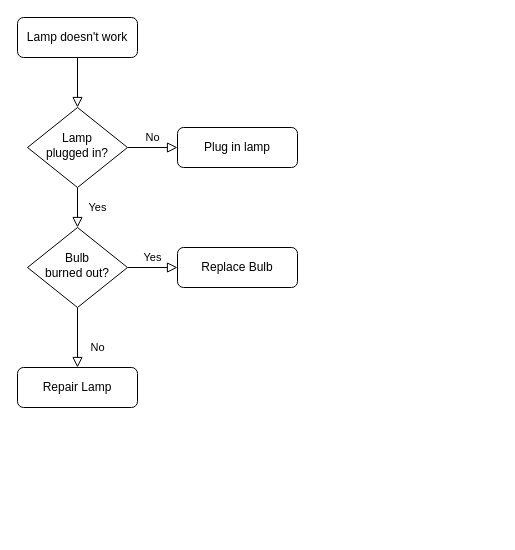
Above: Untitled Diagram.drawio in prahlad2018/theLightMealService (draw.io), before the change. Source tidied: cells renumbered, new cells numbered last; positions are measured from the earlier drawing's top-left corner, leaving out a move shared by most shapes. Both pictures are drawn from the tidied source at 100%, with x=0, y=0 at pixel (17, 17).
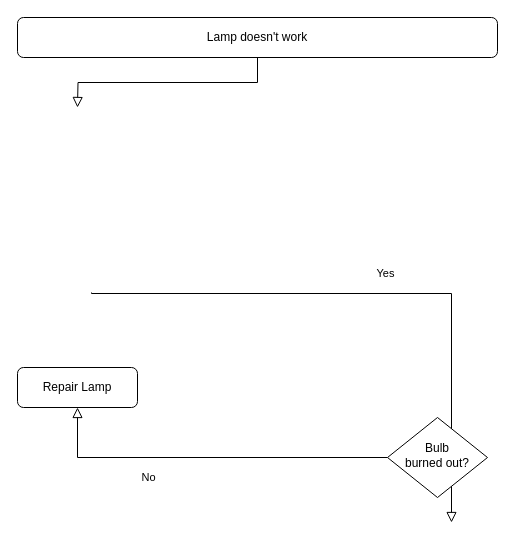
The same diagram, later.

Commit message:
monitoring post release.drawio

Diff of the diagram source:
```diff
@@
 <mxGraphModel>
   <root>
     <mxCell id="0" />
     <mxCell id="1" parent="0" />
-    <mxCell id="2" style="rounded=0;html=1;jettySize=auto;fontSize=11;endArrow=block;endFill=0;endSize=8;strokeWidth=1;shadow=0;labelBackgroundColor=none;edgeStyle=orthogonalEdgeStyle;" parent="1" edge="1" source="3" target="6">
-      <mxGeometry relative="1" as="geometry" />
+    <mxCell id="2" style="rounded=0;html=1;jettySize=auto;fontSize=11;endArrow=block;endFill=0;endSize=8;strokeWidth=1;shadow=0;labelBackgroundColor=none;edgeStyle=orthogonalEdgeStyle;" parent="1" edge="1" source="3">
+      <mxGeometry relative="1" as="geometry">
+        <mxPoint x="60" y="90" as="targetPoint" />
+      </mxGeometry>
     </mxCell>
     <mxCell id="3" value="Lamp doesn't work" style="rounded=1;whiteSpace=wrap;html=1;fontSize=12;glass=0;strokeWidth=1;shadow=0;" parent="1" vertex="1">
-      <mxGeometry width="120" height="40" as="geometry" />
+      <mxGeometry width="480" height="40" as="geometry" />
     </mxCell>
-    <mxCell id="4" value="Yes" style="rounded=0;html=1;jettySize=auto;fontSize=11;endArrow=block;endFill=0;endSize=8;strokeWidth=1;shadow=0;labelBackgroundColor=none;edgeStyle=orthogonalEdgeStyle;" parent="1" edge="1" source="6" target="10">
-      <mxGeometry y="20" relative="1" as="geometry" />
+    <mxCell id="4" value="Yes" style="rounded=0;html=1;jettySize=auto;orthogonalLoop=1;fontSize=11;endArrow=block;endFill=0;endSize=8;strokeWidth=1;shadow=0;labelBackgroundColor=none;edgeStyle=orthogonalEdgeStyle;" parent="1" edge="1">
+      <mxGeometry y="20" relative="1" as="geometry">
+        <mxPoint x="74" y="275" as="sourcePoint" />
+        <mxPoint x="434" y="505" as="targetPoint" />
+        <Array as="points">
+          <mxPoint x="74" y="276" />
+          <mxPoint x="434" y="276" />
+        </Array>
+      </mxGeometry>
     </mxCell>
-    <mxCell id="5" value="No" style="edgeStyle=orthogonalEdgeStyle;rounded=0;html=1;jettySize=auto;fontSize=11;endArrow=block;endFill=0;endSize=8;strokeWidth=1;shadow=0;labelBackgroundColor=none;" parent="1" edge="1" source="6" target="7">
-      <mxGeometry y="10" relative="1" as="geometry" />
-    </mxCell>
-    <mxCell id="6" value="Lamp&lt;br&gt;plugged in?" style="rhombus;whiteSpace=wrap;html=1;shadow=0;fontFamily=Helvetica;fontSize=12;align=center;strokeWidth=1;spacing=6;spacingTop=-4;" parent="1" vertex="1">
-      <mxGeometry x="10" y="90" width="100" height="80" as="geometry" />
-    </mxCell>
-    <mxCell id="7" value="Plug in lamp" style="rounded=1;whiteSpace=wrap;html=1;fontSize=12;glass=0;strokeWidth=1;shadow=0;" parent="1" vertex="1">
-      <mxGeometry x="160" y="110" width="120" height="40" as="geometry" />
-    </mxCell>
     <mxCell id="8" value="No" style="rounded=0;html=1;jettySize=auto;fontSize=11;endArrow=block;endFill=0;endSize=8;strokeWidth=1;shadow=0;labelBackgroundColor=none;edgeStyle=orthogonalEdgeStyle;" parent="1" edge="1" source="10" target="11">
       <mxGeometry x="0.33" y="20" relative="1" as="geometry" />
     </mxCell>
-    <mxCell id="9" value="Yes" style="edgeStyle=orthogonalEdgeStyle;rounded=0;html=1;jettySize=auto;fontSize=11;endArrow=block;endFill=0;endSize=8;strokeWidth=1;shadow=0;labelBackgroundColor=none;" parent="1" edge="1" source="10" target="12">
-      <mxGeometry y="10" relative="1" as="geometry" />
-    </mxCell>
     <mxCell id="10" value="Bulb&lt;br&gt;burned out?" style="rhombus;whiteSpace=wrap;html=1;shadow=0;fontFamily=Helvetica;fontSize=12;align=center;strokeWidth=1;spacing=6;spacingTop=-4;" parent="1" vertex="1">
-      <mxGeometry x="10" y="210" width="100" height="80" as="geometry" />
+      <mxGeometry x="370" y="400" width="100" height="80" as="geometry" />
     </mxCell>
     <mxCell id="11" value="Repair Lamp" style="rounded=1;whiteSpace=wrap;html=1;fontSize=12;glass=0;strokeWidth=1;shadow=0;" parent="1" vertex="1">
       <mxGeometry y="350" width="120" height="40" as="geometry" />
     </mxCell>
-    <mxCell id="12" value="Replace Bulb" style="rounded=1;whiteSpace=wrap;html=1;fontSize=12;glass=0;strokeWidth=1;shadow=0;" parent="1" vertex="1">
-      <mxGeometry x="160" y="230" width="120" height="40" as="geometry" />
-    </mxCell>
   </root>
 </mxGraphModel>
```
